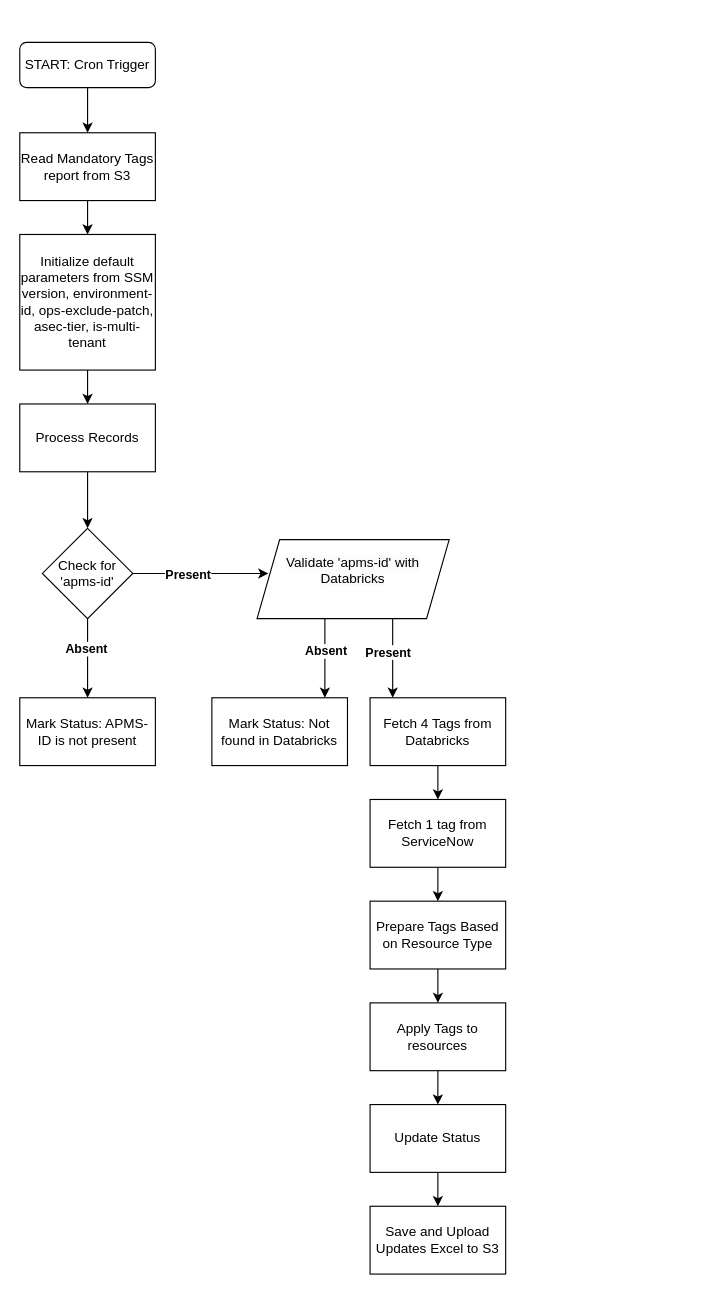
The draw.io diagram Flowchart_autoapplytags.drawio in sasikanth53/educka, before the edit. Source tidied: cells renumbered, new cells numbered last; positions are measured from the earlier drawing's top-left corner, leaving out a move shared by most shapes. Both pictures are drawn from the tidied source at 113%, with x=0, y=0 at pixel (19, 42).
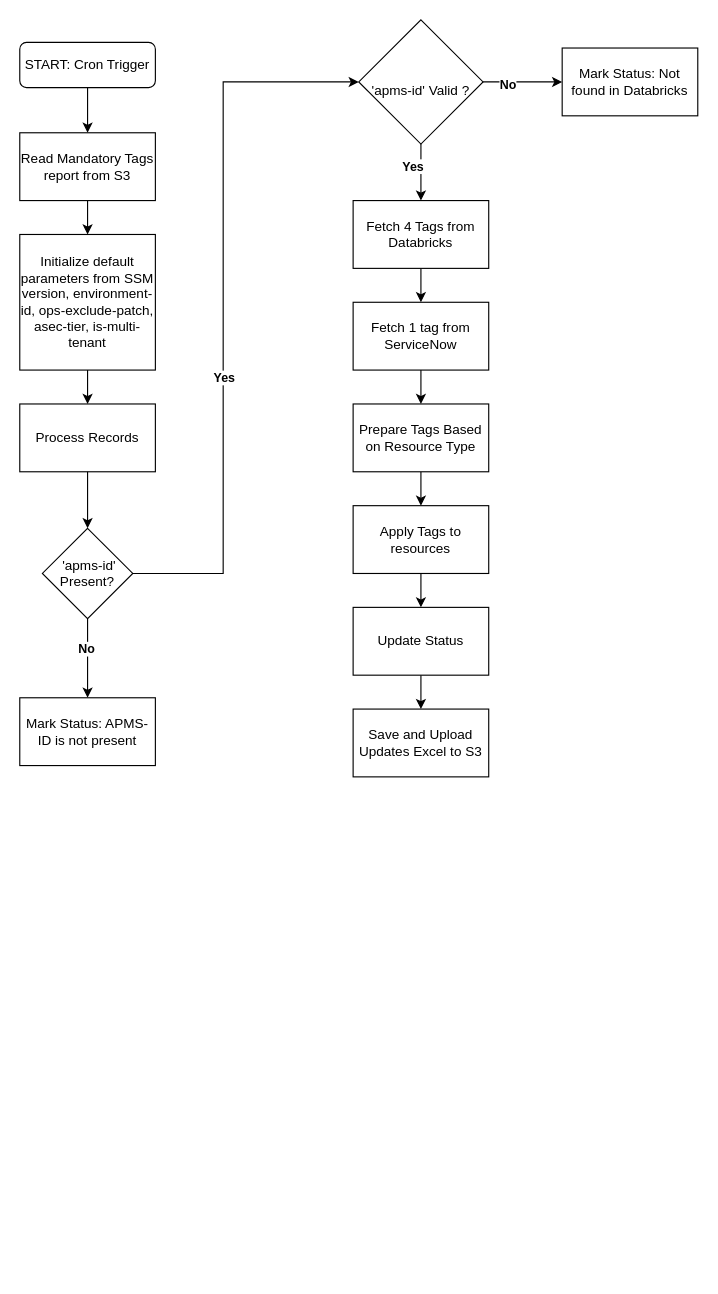
The same page after the edit.

The change refers to these unchanged cells:
```xml
<mxCell id="9" style="edgeStyle=orthogonalEdgeStyle;rounded=0;jettySize=auto;html=1;" parent="1" edge="1" source="11" target="32">
  <mxGeometry relative="1" as="geometry" />
</mxCell>
```

Change to the diagram source:
```diff
@@
-    <mxCell id="10" value="&lt;b&gt;Absent&lt;/b&gt;" style="edgeLabel;html=1;align=center;verticalAlign=middle;" parent="9" vertex="1">
+    <mxCell id="10" value="&lt;b&gt;No&lt;/b&gt;" style="edgeLabel;html=1;align=center;verticalAlign=middle;" parent="9" vertex="1">
       <mxGeometry x="-0.25" y="-2" relative="1" as="geometry" />
     </mxCell>
-    <mxCell id="11" value="Check for 'apms-id'" style="rhombus;whiteSpace=wrap;html=1;" parent="1" vertex="1">
+    <mxCell id="11" value="&amp;nbsp;'apms-id'&lt;br&gt;Present?" style="rhombus;whiteSpace=wrap;html=1;" parent="1" vertex="1">
       <mxGeometry x="20" y="430" width="80" height="80" as="geometry" />
     </mxCell>
@@
-    <mxCell id="13" style="endArrow=classic;html=1;rounded=0;exitX=1;exitY=0.5;exitDx=0;exitDy=0;entryX=0;entryY=0.5;entryDx=0;entryDy=0;" parent="1" edge="1" source="11">
+    <mxCell id="13" style="endArrow=classic;html=1;rounded=0;exitX=1;exitY=0.5;exitDx=0;exitDy=0;entryX=0;entryY=0.5;entryDx=0;entryDy=0;" parent="1" edge="1" source="11" target="36">
       <mxGeometry relative="1" as="geometry">
-        <mxPoint x="220" y="470" as="targetPoint" />
+        <Array as="points">
+          <mxPoint x="180" y="470" />
+          <mxPoint x="180" y="35" />
+        </Array>
       </mxGeometry>
     </mxCell>
-    <mxCell id="14" value="&lt;b&gt;Present&lt;/b&gt;" style="edgeLabel;html=1;align=center;verticalAlign=middle;" parent="13" vertex="1">
+    <mxCell id="14" value="&lt;b&gt;Yes&lt;/b&gt;" style="edgeLabel;html=1;align=center;verticalAlign=middle;" parent="13" vertex="1">
       <mxGeometry x="-0.2" relative="1" as="geometry" />
     </mxCell>
-    <mxCell id="15" value="&#10;&lt;span style=&quot;color: rgb(0, 0, 0); font-family: Helvetica; font-size: 12px; font-style: normal; font-variant-ligatures: normal; font-variant-caps: normal; font-weight: 400; letter-spacing: normal; orphans: 2; text-align: center; text-indent: 0px; text-transform: none; widows: 2; word-spacing: 0px; -webkit-text-stroke-width: 0px; background-color: rgb(251, 251, 251); text-decoration-thickness: initial; text-decoration-style: initial; text-decoration-color: initial; float: none; display: inline !important;&quot;&gt;Validate 'apms-id' with Databricks&lt;/span&gt;&#10;&#10;" style="shape=parallelogram;perimeter=parallelogramPerimeter;whiteSpace=wrap;html=1;fixedSize=1;" parent="1" vertex="1">
-      <mxGeometry x="210" y="440" width="170" height="70" as="geometry" />
-    </mxCell>
-    <mxCell id="16" style="endArrow=classic;html=1;rounded=0;entryX=0.833;entryY=0;entryDx=0;entryDy=0;entryPerimeter=0;exitX=0.706;exitY=1;exitDx=0;exitDy=0;exitPerimeter=0;" parent="1" edge="1" source="15">
-      <mxGeometry relative="1" as="geometry">
-        <mxPoint x="330" y="580" as="targetPoint" />
-      </mxGeometry>
-    </mxCell>
+    <mxCell id="32" value="Mark Status: APMS-ID is not present" style="rounded=0;whiteSpace=wrap;html=1;" parent="1" vertex="1">
+      <mxGeometry y="580" width="120" height="60" as="geometry" />
+    </mxCell>
+    <mxCell id="33" style="edgeStyle=orthogonalEdgeStyle;rounded=0;jettySize=auto;html=1;strokeWidth=1;" parent="1" edge="1" source="36" target="19">
+      <mxGeometry relative="1" as="geometry">
+        <Array as="points">
+          <mxPoint x="460" y="35" />
+          <mxPoint x="460" y="35" />
+        </Array>
+      </mxGeometry>
+    </mxCell>
+    <mxCell id="34" value="&lt;b&gt;No&lt;/b&gt;" style="edgeLabel;html=1;align=center;verticalAlign=middle;" parent="33" vertex="1">
+      <mxGeometry x="-0.39" y="-2" relative="1" as="geometry" />
+    </mxCell>
+    <mxCell id="35" style="edgeStyle=orthogonalEdgeStyle;rounded=0;jettySize=auto;html=1;strokeWidth=1;" parent="1" edge="1" source="36" target="18">
+      <mxGeometry relative="1" as="geometry" />
+    </mxCell>
+    <mxCell id="36" value="&lt;br style=&quot;border-color: var(--border-color);&quot;&gt;'apms-id' Valid ?" style="rhombus;whiteSpace=wrap;html=1;" parent="1" vertex="1">
+      <mxGeometry x="300" y="-20" width="110" height="110" as="geometry" />
+    </mxCell>
+    <mxCell id="19" value="Mark Status: Not found in Databricks" style="rounded=0;whiteSpace=wrap;html=1;" parent="1" vertex="1">
+      <mxGeometry x="480" y="5" width="120" height="60" as="geometry" />
+    </mxCell>
@@
     <mxCell id="18" value="Fetch 4 Tags from Databricks" style="rounded=0;whiteSpace=wrap;html=1;" parent="1" vertex="1">
-      <mxGeometry x="310" y="580" width="120" height="60" as="geometry" />
+      <mxGeometry x="295" y="140" width="120" height="60" as="geometry" />
     </mxCell>
-    <mxCell id="19" value="Mark Status: Not found in Databricks" style="rounded=0;whiteSpace=wrap;html=1;" parent="1" vertex="1">
-      <mxGeometry x="170" y="580" width="120" height="60" as="geometry" />
-    </mxCell>
-    <mxCell id="20" style="endArrow=classic;html=1;rounded=0;entryX=0.833;entryY=0;entryDx=0;entryDy=0;entryPerimeter=0;exitX=0.706;exitY=1;exitDx=0;exitDy=0;exitPerimeter=0;" parent="1" edge="1">
-      <mxGeometry relative="1" as="geometry">
-        <mxPoint x="270" y="510" as="sourcePoint" />
-        <mxPoint x="270" y="580" as="targetPoint" />
-      </mxGeometry>
-    </mxCell>
-    <mxCell id="21" value="&lt;b&gt;Absent&lt;/b&gt;" style="edgeLabel;html=1;align=center;verticalAlign=middle;" parent="20" vertex="1">
-      <mxGeometry x="-0.2" relative="1" as="geometry" />
-    </mxCell>
-    <mxCell id="22" value="&lt;b&gt;Present&lt;/b&gt;" style="edgeLabel;html=1;align=center;verticalAlign=middle;" parent="1" vertex="1">
-      <mxGeometry x="330" y="540" as="geometry">
-        <mxPoint x="-5" y="-1" as="offset" />
-      </mxGeometry>
-    </mxCell>
+    <mxCell id="37" value="&lt;b&gt;Yes&lt;/b&gt;" style="edgeLabel;html=1;align=center;verticalAlign=middle;" parent="1" vertex="1">
+      <mxGeometry x="360" y="100" as="geometry">
+        <mxPoint x="-13" y="9" as="offset" />
+      </mxGeometry>
+    </mxCell>
@@
     <mxCell id="24" value="Fetch 1 tag from ServiceNow" style="rounded=0;whiteSpace=wrap;html=1;" parent="1" vertex="1">
-      <mxGeometry x="310" y="670" width="120" height="60" as="geometry" />
+      <mxGeometry x="295" y="230" width="120" height="60" as="geometry" />
     </mxCell>
@@
     <mxCell id="26" value="Prepare Tags Based on Resource Type" style="rounded=0;whiteSpace=wrap;html=1;" parent="1" vertex="1">
-      <mxGeometry x="310" y="760" width="120" height="60" as="geometry" />
+      <mxGeometry x="295" y="320" width="120" height="60" as="geometry" />
     </mxCell>
@@
     <mxCell id="28" value="Apply Tags to resources" style="rounded=0;whiteSpace=wrap;html=1;" parent="1" vertex="1">
-      <mxGeometry x="310" y="850" width="120" height="60" as="geometry" />
+      <mxGeometry x="295" y="410" width="120" height="60" as="geometry" />
     </mxCell>
@@
     <mxCell id="30" value="Update Status" style="rounded=0;whiteSpace=wrap;html=1;" parent="1" vertex="1">
-      <mxGeometry x="310" y="940" width="120" height="60" as="geometry" />
+      <mxGeometry x="295" y="500" width="120" height="60" as="geometry" />
     </mxCell>
     <mxCell id="31" value="Save and Upload Updates Excel to S3" style="rounded=0;whiteSpace=wrap;html=1;" parent="1" vertex="1">
-      <mxGeometry x="310" y="1030" width="120" height="60" as="geometry" />
+      <mxGeometry x="295" y="590" width="120" height="60" as="geometry" />
     </mxCell>
-    <mxCell id="32" value="Mark Status: APMS-ID is not present" style="rounded=0;whiteSpace=wrap;html=1;" parent="1" vertex="1">
-      <mxGeometry y="580" width="120" height="60" as="geometry" />
-    </mxCell>
```
